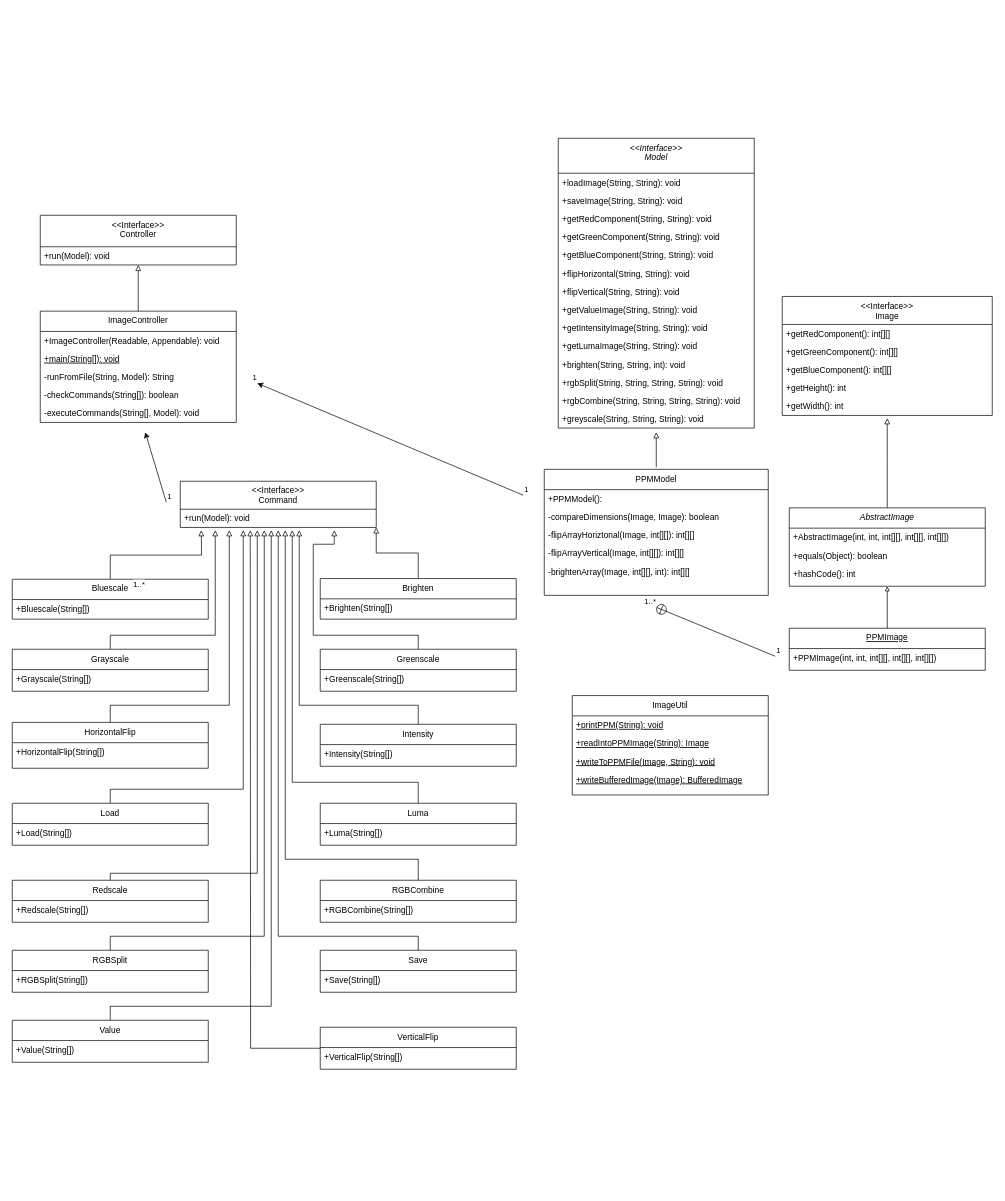
Above: Class Diagram.drawio in Brian-T-Horner/CS5010-Assignment4 (draw.io), before the change. Source tidied: cells renumbered, new cells numbered last; positions are measured from the earlier drawing's top-left corner, leaving out a move shared by most shapes. Both pictures are drawn from the tidied source at 70%, with x=0, y=0 at pixel (12, 138).
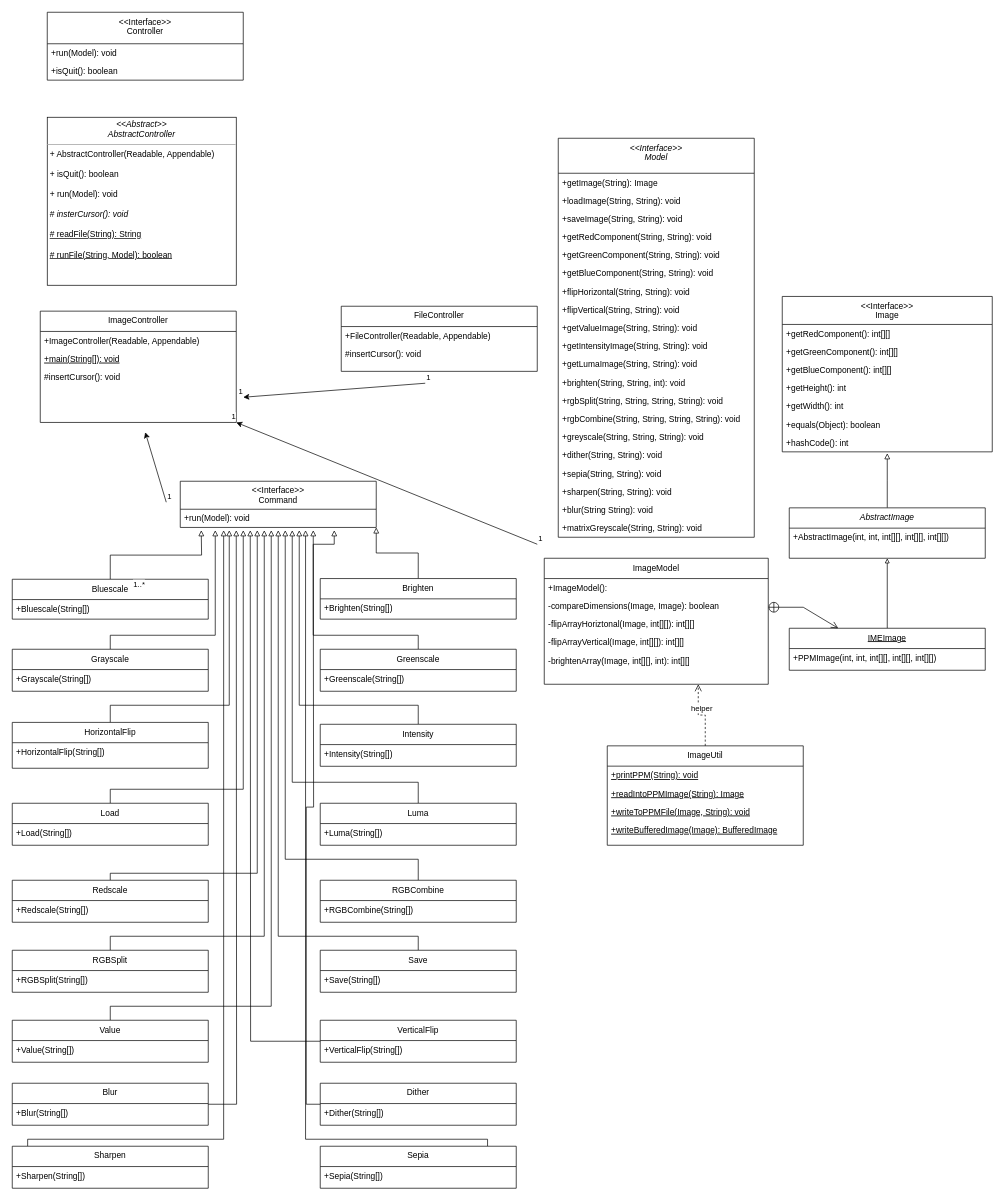
The same diagram, later.

Commit message:
First Draft of UML Diagram HW5

The change refers to these unchanged cells:
```xml
<mxCell id="38" value="ImageController" style="swimlane;fontStyle=0;align=center;verticalAlign=top;horizontal=1;startSize=29;rounded=0;shadow=0;strokeWidth=1;" parent="1" vertex="1">
  <mxGeometry x="40" y="247" width="280" height="159" as="geometry" />
</mxCell>
```

The edit, as a diff of the source:
```diff
@@
     <mxCell id="2" value="&lt;&lt;Interface&gt;&gt;&#10;Model" style="swimlane;fontStyle=2;align=center;verticalAlign=top;horizontal=1;startSize=50;rounded=0;shadow=0;strokeWidth=1;" parent="1" vertex="1">
-      <mxGeometry x="780" width="280" height="414" as="geometry" />
+      <mxGeometry x="780" width="280" height="570" as="geometry" />
     </mxCell>
+    <mxCell id="105" value="+getImage(String): Image" style="text;align=left;verticalAlign=top;spacingLeft=4;spacingRight=4;overflow=hidden;" parent="2" vertex="1">
+      <mxGeometry y="50" width="280" height="26" as="geometry" />
+    </mxCell>
     <mxCell id="3" value="+loadImage(String, String): void" style="text;align=left;verticalAlign=top;spacingLeft=4;spacingRight=4;overflow=hidden;" parent="2" vertex="1">
-      <mxGeometry y="50" width="280" height="26" as="geometry" />
+      <mxGeometry y="76" width="280" height="26" as="geometry" />
     </mxCell>
     <mxCell id="4" value="+saveImage(String, String): void" style="text;align=left;verticalAlign=top;spacingLeft=4;spacingRight=4;overflow=hidden;" parent="2" vertex="1">
-      <mxGeometry y="76" width="280" height="26" as="geometry" />
+      <mxGeometry y="102" width="280" height="26" as="geometry" />
     </mxCell>
     <mxCell id="5" value="+getRedComponent(String, String): void" style="text;align=left;verticalAlign=top;spacingLeft=4;spacingRight=4;overflow=hidden;" parent="2" vertex="1">
-      <mxGeometry y="102" width="280" height="26" as="geometry" />
+      <mxGeometry y="128" width="280" height="26" as="geometry" />
     </mxCell>
     <mxCell id="6" value="+getGreenComponent(String, String): void" style="text;align=left;verticalAlign=top;spacingLeft=4;spacingRight=4;overflow=hidden;rounded=0;shadow=0;html=0;" parent="2" vertex="1">
-      <mxGeometry y="128" width="280" height="26" as="geometry" />
+      <mxGeometry y="154" width="280" height="26" as="geometry" />
     </mxCell>
     <mxCell id="7" value="+getBlueComponent(String, String): void" style="text;align=left;verticalAlign=top;spacingLeft=4;spacingRight=4;overflow=hidden;rounded=0;shadow=0;html=0;" parent="2" vertex="1">
-      <mxGeometry y="154" width="280" height="26" as="geometry" />
+      <mxGeometry y="180" width="280" height="26" as="geometry" />
     </mxCell>
     <mxCell id="8" value="+flipHorizontal(String, String): void" style="text;align=left;verticalAlign=top;spacingLeft=4;spacingRight=4;overflow=hidden;rounded=0;shadow=0;html=0;" parent="2" vertex="1">
-      <mxGeometry y="180" width="280" height="26" as="geometry" />
+      <mxGeometry y="206" width="280" height="26" as="geometry" />
     </mxCell>
     <mxCell id="9" value="+flipVertical(String, String): void" style="text;align=left;verticalAlign=top;spacingLeft=4;spacingRight=4;overflow=hidden;rounded=0;shadow=0;html=0;" parent="2" vertex="1">
-      <mxGeometry y="206" width="280" height="26" as="geometry" />
+      <mxGeometry y="232" width="280" height="26" as="geometry" />
     </mxCell>
     <mxCell id="10" value="+getValueImage(String, String): void" style="text;align=left;verticalAlign=top;spacingLeft=4;spacingRight=4;overflow=hidden;rounded=0;shadow=0;html=0;" parent="2" vertex="1">
-      <mxGeometry y="232" width="280" height="26" as="geometry" />
+      <mxGeometry y="258" width="280" height="26" as="geometry" />
     </mxCell>
     <mxCell id="11" value="+getIntensityImage(String, String): void" style="text;align=left;verticalAlign=top;spacingLeft=4;spacingRight=4;overflow=hidden;rounded=0;shadow=0;html=0;" parent="2" vertex="1">
-      <mxGeometry y="258" width="280" height="26" as="geometry" />
+      <mxGeometry y="284" width="280" height="26" as="geometry" />
     </mxCell>
     <mxCell id="12" value="+getLumaImage(String, String): void" style="text;align=left;verticalAlign=top;spacingLeft=4;spacingRight=4;overflow=hidden;rounded=0;shadow=0;html=0;" parent="2" vertex="1">
-      <mxGeometry y="284" width="280" height="26" as="geometry" />
+      <mxGeometry y="310" width="280" height="26" as="geometry" />
     </mxCell>
     <mxCell id="13" value="+brighten(String, String, int): void" style="text;align=left;verticalAlign=top;spacingLeft=4;spacingRight=4;overflow=hidden;rounded=0;shadow=0;html=0;" parent="2" vertex="1">
-      <mxGeometry y="310" width="280" height="26" as="geometry" />
+      <mxGeometry y="336" width="280" height="26" as="geometry" />
     </mxCell>
     <mxCell id="14" value="+rgbSplit(String, String, String, String): void" style="text;align=left;verticalAlign=top;spacingLeft=4;spacingRight=4;overflow=hidden;rounded=0;shadow=0;html=0;" parent="2" vertex="1">
-      <mxGeometry y="336" width="280" height="26" as="geometry" />
+      <mxGeometry y="362" width="280" height="26" as="geometry" />
     </mxCell>
     <mxCell id="15" value="+rgbCombine(String, String, String, String): void" style="text;align=left;verticalAlign=top;spacingLeft=4;spacingRight=4;overflow=hidden;rounded=0;shadow=0;html=0;" parent="2" vertex="1">
-      <mxGeometry y="362" width="280" height="26" as="geometry" />
+      <mxGeometry y="388" width="280" height="26" as="geometry" />
     </mxCell>
     <mxCell id="16" value="+greyscale(String, String, String): void" style="text;align=left;verticalAlign=top;spacingLeft=4;spacingRight=4;overflow=hidden;rounded=0;shadow=0;html=0;" parent="2" vertex="1">
-      <mxGeometry y="388" width="280" height="26" as="geometry" />
+      <mxGeometry y="414" width="280" height="26" as="geometry" />
     </mxCell>
-    <mxCell id="17" style="edgeStyle=orthogonalEdgeStyle;rounded=0;orthogonalLoop=1;jettySize=auto;html=1;endArrow=block;endFill=0;" parent="1" edge="1">
-      <mxGeometry relative="1" as="geometry">
-        <mxPoint x="920" y="470" as="sourcePoint" />
-        <mxPoint x="920" y="420" as="targetPoint" />
-      </mxGeometry>
-    </mxCell>
+    <mxCell id="106" value="+dither(String, String): void" style="text;align=left;verticalAlign=top;spacingLeft=4;spacingRight=4;overflow=hidden;rounded=0;shadow=0;html=0;" parent="2" vertex="1">
+      <mxGeometry y="440" width="280" height="26" as="geometry" />
+    </mxCell>
+    <mxCell id="107" value="+sepia(String, String): void" style="text;align=left;verticalAlign=top;spacingLeft=4;spacingRight=4;overflow=hidden;rounded=0;shadow=0;html=0;" parent="2" vertex="1">
+      <mxGeometry y="466" width="280" height="26" as="geometry" />
+    </mxCell>
+    <mxCell id="108" value="+sharpen(String, String): void" style="text;align=left;verticalAlign=top;spacingLeft=4;spacingRight=4;overflow=hidden;rounded=0;shadow=0;html=0;" parent="2" vertex="1">
+      <mxGeometry y="492" width="280" height="26" as="geometry" />
+    </mxCell>
+    <mxCell id="109" value="+blur(String String): void" style="text;align=left;verticalAlign=top;spacingLeft=4;spacingRight=4;overflow=hidden;rounded=0;shadow=0;html=0;" parent="2" vertex="1">
+      <mxGeometry y="518" width="280" height="26" as="geometry" />
+    </mxCell>
+    <mxCell id="110" value="+matrixGreyscale(String, String): void" style="text;align=left;verticalAlign=top;spacingLeft=4;spacingRight=4;overflow=hidden;rounded=0;shadow=0;html=0;" parent="2" vertex="1">
+      <mxGeometry y="544" width="280" height="26" as="geometry" />
+    </mxCell>
-    <mxCell id="18" value="PPMModel" style="swimlane;fontStyle=0;align=center;verticalAlign=top;horizontal=1;startSize=29;rounded=0;shadow=0;strokeWidth=1;" parent="1" vertex="1">
-      <mxGeometry x="760" y="473" width="320" height="180" as="geometry" />
+    <mxCell id="18" value="ImageModel" style="swimlane;fontStyle=0;align=center;verticalAlign=top;horizontal=1;startSize=29;rounded=0;shadow=0;strokeWidth=1;" parent="1" vertex="1">
+      <mxGeometry x="760" y="600" width="320" height="180" as="geometry" />
     </mxCell>
-    <mxCell id="19" value="+PPMModel(): " style="text;align=left;verticalAlign=top;spacingLeft=4;spacingRight=4;overflow=hidden;" parent="18" vertex="1">
+    <mxCell id="19" value="+ImageModel(): " style="text;align=left;verticalAlign=top;spacingLeft=4;spacingRight=4;overflow=hidden;" parent="18" vertex="1">
       <mxGeometry y="29" width="320" height="26" as="geometry" />
     </mxCell>
@@
     <mxCell id="24" value="&lt;&lt;Interface&gt;&gt;&#10;Image" style="swimlane;fontStyle=0;align=center;verticalAlign=top;horizontal=1;startSize=40;rounded=0;shadow=0;strokeWidth=1;" parent="1" vertex="1">
-      <mxGeometry x="1100" y="226" width="300" height="170" as="geometry" />
+      <mxGeometry x="1100" y="226" width="300" height="222" as="geometry" />
     </mxCell>
@@
+    <mxCell id="33" value="+equals(Object): boolean" style="text;align=left;verticalAlign=top;spacingLeft=4;spacingRight=4;overflow=hidden;rounded=0;shadow=0;html=0;" parent="24" vertex="1">
+      <mxGeometry y="170" width="300" height="26" as="geometry" />
+    </mxCell>
+    <mxCell id="34" value="+hashCode(): int" style="text;align=left;verticalAlign=top;spacingLeft=4;spacingRight=4;overflow=hidden;rounded=0;shadow=0;html=0;" parent="24" vertex="1">
+      <mxGeometry y="196" width="300" height="26" as="geometry" />
+    </mxCell>
     <mxCell id="30" style="edgeStyle=orthogonalEdgeStyle;rounded=0;jettySize=auto;html=1;exitX=0.5;exitY=0;exitDx=0;exitDy=0;endArrow=block;endFill=0;" parent="1" edge="1" source="31">
       <mxGeometry relative="1" as="geometry">
-        <mxPoint x="1250" y="400" as="targetPoint" />
+        <mxPoint x="1250" y="450" as="targetPoint" />
       </mxGeometry>
     </mxCell>
     <mxCell id="31" value="AbstractImage" style="swimlane;fontStyle=2;align=center;verticalAlign=top;horizontal=1;startSize=29;rounded=0;shadow=0;strokeWidth=1;" parent="1" vertex="1">
-      <mxGeometry x="1110" y="528" width="280" height="112" as="geometry" />
+      <mxGeometry x="1110" y="528" width="280" height="72" as="geometry" />
     </mxCell>
@@
-    <mxCell id="33" value="+equals(Object): boolean" style="text;align=left;verticalAlign=top;spacingLeft=4;spacingRight=4;overflow=hidden;rounded=0;shadow=0;html=0;" parent="31" vertex="1">
-      <mxGeometry y="55" width="280" height="26" as="geometry" />
-    </mxCell>
-    <mxCell id="34" value="+hashCode(): int" style="text;align=left;verticalAlign=top;spacingLeft=4;spacingRight=4;overflow=hidden;rounded=0;shadow=0;html=0;" parent="31" vertex="1">
-      <mxGeometry y="81" width="280" height="26" as="geometry" />
-    </mxCell>
     <mxCell id="35" value="&lt;&lt;Interface&gt;&gt;&#10;Controller" style="swimlane;fontStyle=0;align=center;verticalAlign=top;horizontal=1;startSize=45;rounded=0;shadow=0;strokeWidth=1;" parent="1" vertex="1">
-      <mxGeometry x="40" y="110" width="280" height="71" as="geometry" />
+      <mxGeometry x="50" y="-180" width="280" height="97" as="geometry" />
     </mxCell>
@@
-    <mxCell id="37" style="edgeStyle=orthogonalEdgeStyle;rounded=0;jettySize=auto;html=1;exitX=0.5;exitY=0;exitDx=0;exitDy=0;entryX=0.5;entryY=1;entryDx=0;entryDy=0;endArrow=block;endFill=0;" parent="1" edge="1" source="38" target="35">
-      <mxGeometry relative="1" as="geometry" />
-    </mxCell>
+    <mxCell id="111" value="+isQuit(): boolean" style="text;align=left;verticalAlign=top;spacingLeft=4;spacingRight=4;overflow=hidden;" parent="35" vertex="1">
+      <mxGeometry y="71" width="280" height="26" as="geometry" />
+    </mxCell>
@@
-    <mxCell id="39" value="+ImageController(Readable, Appendable): void" style="text;align=left;verticalAlign=top;spacingLeft=4;spacingRight=4;overflow=hidden;" parent="38" vertex="1">
+    <mxCell id="39" value="+ImageController(Readable, Appendable)" style="text;align=left;verticalAlign=top;spacingLeft=4;spacingRight=4;overflow=hidden;" parent="38" vertex="1">
       <mxGeometry y="29" width="280" height="26" as="geometry" />
     </mxCell>
@@
-    <mxCell id="41" value="-runFromFile(String, Model): String" style="text;align=left;verticalAlign=top;spacingLeft=4;spacingRight=4;overflow=hidden;" parent="38" vertex="1">
-      <mxGeometry y="81" width="280" height="26" as="geometry" />
-    </mxCell>
-    <mxCell id="42" value="-checkCommands(String[]): boolean" style="text;align=left;verticalAlign=top;spacingLeft=4;spacingRight=4;overflow=hidden;" parent="38" vertex="1">
-      <mxGeometry y="107" width="280" height="26" as="geometry" />
-    </mxCell>
-    <mxCell id="43" value="-executeCommands(String[], Model): void" style="text;align=left;verticalAlign=top;spacingLeft=4;spacingRight=4;overflow=hidden;" parent="38" vertex="1">
-      <mxGeometry y="133" width="280" height="26" as="geometry" />
+    <mxCell id="43" value="#insertCursor(): void" style="text;align=left;verticalAlign=top;spacingLeft=4;spacingRight=4;overflow=hidden;" parent="38" vertex="1">
+      <mxGeometry y="81" width="280" height="26" as="geometry" />
     </mxCell>
@@
-    <mxCell id="45" value="PPMImage" style="swimlane;fontStyle=4;align=center;verticalAlign=top;horizontal=1;startSize=29;rounded=0;shadow=0;strokeWidth=1;" parent="1" vertex="1">
+    <mxCell id="45" value="IMEImage" style="swimlane;fontStyle=4;align=center;verticalAlign=top;horizontal=1;startSize=29;rounded=0;shadow=0;strokeWidth=1;" parent="1" vertex="1">
       <mxGeometry x="1110" y="700" width="280" height="60" as="geometry" />
     </mxCell>
@@
     <mxCell id="47" value="ImageUtil" style="swimlane;fontStyle=0;align=center;verticalAlign=top;horizontal=1;startSize=29;rounded=0;shadow=0;strokeWidth=1;" parent="1" vertex="1">
-      <mxGeometry x="800" y="796.2" width="280" height="142" as="geometry" />
+      <mxGeometry x="850" y="868" width="280" height="142" as="geometry" />
     </mxCell>
@@
     <mxCell id="94" value="VerticalFlip" style="swimlane;fontStyle=0;align=center;verticalAlign=top;horizontal=1;startSize=29;rounded=0;shadow=0;strokeWidth=1;" parent="1" vertex="1">
-      <mxGeometry x="440" y="1270" width="280" height="60" as="geometry" />
+      <mxGeometry x="440" y="1260" width="280" height="60" as="geometry" />
     </mxCell>
@@
-    <mxCell id="96" style="endArrow=circlePlus;html=1;rounded=0;endFill=0;" parent="1" edge="1">
-      <mxGeometry relative="1" as="geometry">
-        <mxPoint x="1090" y="740" as="sourcePoint" />
-        <mxPoint x="920" y="670" as="targetPoint" />
-      </mxGeometry>
-    </mxCell>
-    <mxCell id="97" value="1" style="edgeLabel;html=1;align=left;verticalAlign=bottom;" parent="96" vertex="1">
-      <mxGeometry x="-1" relative="1" as="geometry" />
-    </mxCell>
-    <mxCell id="98" value="1..*" style="edgeLabel;html=1;align=right;verticalAlign=bottom;" parent="96" vertex="1">
-      <mxGeometry x="1" relative="1" as="geometry" />
-    </mxCell>
@@
-    <mxCell id="102" style="endArrow=classic;html=1;rounded=0;" parent="1" edge="1">
+    <mxCell id="102" style="endArrow=classic;html=1;rounded=0;entryX=1;entryY=1;entryDx=0;entryDy=0;" parent="1" edge="1" target="38">
       <mxGeometry relative="1" as="geometry">
-        <mxPoint x="730" y="510" as="sourcePoint" />
-        <mxPoint x="350" y="350" as="targetPoint" />
+        <mxPoint x="750" y="580" as="sourcePoint" />
       </mxGeometry>
     </mxCell>
@@
+    <mxCell id="112" style="edgeStyle=orthogonalEdgeStyle;rounded=0;jettySize=auto;html=1;endArrow=block;endFill=0;" parent="1" edge="1" source="113">
+      <mxGeometry relative="1" as="geometry">
+        <mxPoint x="320" y="560" as="targetPoint" />
+      </mxGeometry>
+    </mxCell>
+    <mxCell id="113" value="Blur" style="swimlane;fontStyle=0;align=center;verticalAlign=top;horizontal=1;startSize=29;rounded=0;shadow=0;strokeWidth=1;" parent="1" vertex="1">
+      <mxGeometry y="1350" width="280" height="60" as="geometry" />
+    </mxCell>
+    <mxCell id="114" value="+Blur(String[])" style="text;align=left;verticalAlign=top;spacingLeft=4;spacingRight=4;overflow=hidden;fontStyle=0;" parent="113" vertex="1">
+      <mxGeometry y="29" width="280" height="26" as="geometry" />
+    </mxCell>
+    <mxCell id="115" style="edgeStyle=orthogonalEdgeStyle;rounded=0;jettySize=auto;html=1;endArrow=block;endFill=0;" parent="1" edge="1" source="116">
+      <mxGeometry relative="1" as="geometry">
+        <mxPoint x="430" y="560" as="targetPoint" />
+      </mxGeometry>
+    </mxCell>
+    <mxCell id="116" value="Dither" style="swimlane;fontStyle=0;align=center;verticalAlign=top;horizontal=1;startSize=29;rounded=0;shadow=0;strokeWidth=1;" parent="1" vertex="1">
+      <mxGeometry x="440" y="1350" width="280" height="60" as="geometry" />
+    </mxCell>
+    <mxCell id="117" value="+Dither(String[])" style="text;align=left;verticalAlign=top;spacingLeft=4;spacingRight=4;overflow=hidden;fontStyle=0;" parent="116" vertex="1">
+      <mxGeometry y="29" width="280" height="26" as="geometry" />
+    </mxCell>
+    <mxCell id="118" style="edgeStyle=orthogonalEdgeStyle;rounded=0;orthogonalLoop=1;jettySize=auto;html=1;exitX=0.5;exitY=0;exitDx=0;exitDy=0;endArrow=block;endFill=0;" parent="1" edge="1">
+      <mxGeometry relative="1" as="geometry">
+        <mxPoint x="22" y="1440" as="sourcePoint" />
+        <mxPoint x="302" y="560" as="targetPoint" />
+        <Array as="points">
+          <mxPoint x="22" y="1430" />
+          <mxPoint x="302" y="1430" />
+        </Array>
+      </mxGeometry>
+    </mxCell>
+    <mxCell id="119" value="Sharpen" style="swimlane;fontStyle=0;align=center;verticalAlign=top;horizontal=1;startSize=29;rounded=0;shadow=0;strokeWidth=1;" parent="1" vertex="1">
+      <mxGeometry y="1440" width="280" height="60" as="geometry" />
+    </mxCell>
+    <mxCell id="120" value="+Sharpen(String[])" style="text;align=left;verticalAlign=top;spacingLeft=4;spacingRight=4;overflow=hidden;fontStyle=0;" parent="119" vertex="1">
+      <mxGeometry y="29" width="280" height="26" as="geometry" />
+    </mxCell>
+    <mxCell id="121" style="edgeStyle=orthogonalEdgeStyle;rounded=0;orthogonalLoop=1;jettySize=auto;html=1;exitX=0.5;exitY=0;exitDx=0;exitDy=0;endArrow=block;endFill=0;" parent="1" edge="1">
+      <mxGeometry relative="1" as="geometry">
+        <mxPoint x="679" y="1440" as="sourcePoint" />
+        <mxPoint x="419" y="560" as="targetPoint" />
+        <Array as="points">
+          <mxPoint x="679" y="1430" />
+          <mxPoint x="419" y="1430" />
+        </Array>
+      </mxGeometry>
+    </mxCell>
+    <mxCell id="122" value="Sepia" style="swimlane;fontStyle=0;align=center;verticalAlign=top;horizontal=1;startSize=29;rounded=0;shadow=0;strokeWidth=1;" parent="1" vertex="1">
+      <mxGeometry x="440" y="1440" width="280" height="60" as="geometry" />
+    </mxCell>
+    <mxCell id="123" value="+Sepia(String[])" style="text;align=left;verticalAlign=top;spacingLeft=4;spacingRight=4;overflow=hidden;fontStyle=0;" parent="122" vertex="1">
+      <mxGeometry y="29" width="280" height="26" as="geometry" />
+    </mxCell>
+    <mxCell id="124" value="FileController" style="swimlane;fontStyle=0;align=center;verticalAlign=top;horizontal=1;startSize=29;rounded=0;shadow=0;strokeWidth=1;" parent="1" vertex="1">
+      <mxGeometry x="470" y="240" width="280" height="93" as="geometry" />
+    </mxCell>
+    <mxCell id="125" value="+FileController(Readable, Appendable)" style="text;align=left;verticalAlign=top;spacingLeft=4;spacingRight=4;overflow=hidden;" parent="124" vertex="1">
+      <mxGeometry y="29" width="280" height="26" as="geometry" />
+    </mxCell>
+    <mxCell id="126" value="#insertCursor(): void" style="text;align=left;verticalAlign=top;spacingLeft=4;spacingRight=4;overflow=hidden;" parent="124" vertex="1">
+      <mxGeometry y="55" width="280" height="26" as="geometry" />
+    </mxCell>
+    <mxCell id="127" style="endArrow=classic;html=1;rounded=0;" parent="1" edge="1">
+      <mxGeometry relative="1" as="geometry">
+        <mxPoint x="590" y="350" as="sourcePoint" />
+        <mxPoint x="330" y="370" as="targetPoint" />
+      </mxGeometry>
+    </mxCell>
+    <mxCell id="97" value="1" style="edgeLabel;html=1;align=left;verticalAlign=bottom;" parent="127" vertex="1">
+      <mxGeometry x="-1" relative="1" as="geometry" />
+    </mxCell>
+    <mxCell id="128" value="1" style="edgeLabel;html=1;align=right;verticalAlign=bottom;" parent="127" vertex="1">
+      <mxGeometry x="1" relative="1" as="geometry" />
+    </mxCell>
+    <mxCell id="129" value="&lt;p style=&quot;margin:0px;margin-top:4px;text-align:center;&quot;&gt;&lt;i&gt;&amp;lt;&amp;lt;Abstract&amp;gt;&amp;gt;&lt;/i&gt;&lt;br&gt;&lt;i&gt;AbstractController&lt;/i&gt;&lt;/p&gt;&lt;hr size=&quot;1&quot;&gt;&lt;p style=&quot;margin:0px;margin-left:4px;&quot;&gt;&lt;span style=&quot;background-color: initial;&quot;&gt;+ AbstractController(Readable, Appendable)&lt;/span&gt;&lt;br&gt;&lt;/p&gt;&lt;p style=&quot;margin:0px;margin-left:4px;&quot;&gt;&lt;span style=&quot;background-color: initial;&quot;&gt;&lt;br&gt;&lt;/span&gt;&lt;/p&gt;&lt;p style=&quot;margin: 0px 0px 0px 4px;&quot;&gt;+ isQuit(): boolean&lt;/p&gt;&lt;p style=&quot;margin: 0px 0px 0px 4px;&quot;&gt;&lt;br&gt;&lt;/p&gt;&lt;p style=&quot;margin: 0px 0px 0px 4px;&quot;&gt;+ run(Model): void&lt;/p&gt;&lt;p style=&quot;margin: 0px 0px 0px 4px;&quot;&gt;&lt;br&gt;&lt;/p&gt;&lt;p style=&quot;margin: 0px 0px 0px 4px;&quot;&gt;# &lt;i&gt;insterCursor(): void&lt;/i&gt;&lt;/p&gt;&lt;p style=&quot;margin: 0px 0px 0px 4px;&quot;&gt;&lt;i&gt;&lt;br&gt;&lt;/i&gt;&lt;/p&gt;&lt;p style=&quot;margin: 0px 0px 0px 4px;&quot;&gt;&lt;u&gt;# readFile(String): String&lt;/u&gt;&lt;/p&gt;&lt;p style=&quot;margin: 0px 0px 0px 4px;&quot;&gt;&lt;u&gt;&lt;br&gt;&lt;/u&gt;&lt;/p&gt;&lt;p style=&quot;margin: 0px 0px 0px 4px;&quot;&gt;&lt;u&gt;# runFile(String, Model): boolean&lt;/u&gt;&lt;/p&gt;" style="verticalAlign=top;align=left;overflow=fill;fontSize=12;fontFamily=Helvetica;html=1;whiteSpace=wrap;" parent="1" vertex="1">
+      <mxGeometry x="50" y="-30" width="270" height="240" as="geometry" />
+    </mxCell>
+    <mxCell id="130" style="endArrow=open;startArrow=circlePlus;endFill=0;startFill=0;endSize=8;html=1;rounded=0;entryX=0.25;entryY=0;entryDx=0;entryDy=0;" parent="1" edge="1" target="45">
+      <mxGeometry relative="1" as="geometry">
+        <mxPoint x="1080" y="670" as="sourcePoint" />
+        <Array as="points">
+          <mxPoint x="1130" y="670" />
+        </Array>
+      </mxGeometry>
+    </mxCell>
+    <mxCell id="131" value="helper" style="html=1;verticalAlign=bottom;endArrow=open;dashed=1;endSize=8;edgeStyle=elbowEdgeStyle;elbow=vertical;curved=0;rounded=0;exitX=0.5;exitY=0;exitDx=0;exitDy=0;" parent="1" edge="1" source="47">
+      <mxGeometry relative="1" as="geometry">
+        <mxPoint x="980" y="780" as="targetPoint" />
+      </mxGeometry>
+    </mxCell>
```
